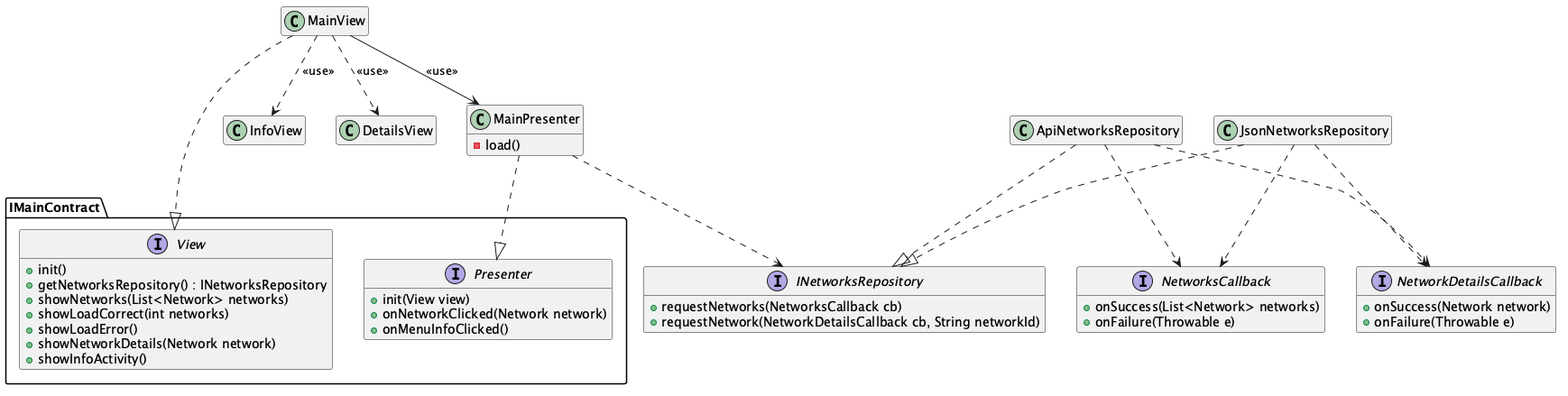
isunican/App-Bicis-Grupo1 keeps this PlantUML diagram as Docs/Models/architecture.png. Above is the earlier version.
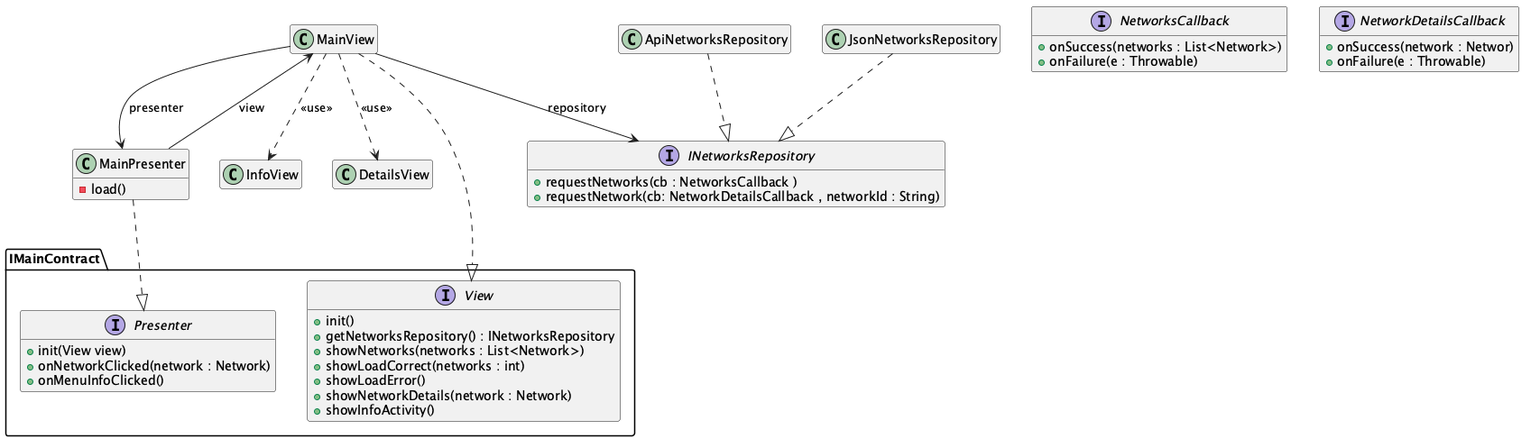
After the change.

Diff of the diagram source:
```diff
@@ -4,15 +4,11 @@
 
 MainView ..|> IMainContract.View
 MainPresenter ..|> IMainContract.Presenter
-MainPresenter ..> INetworksRepository
+MainView --> INetworksRepository : repository
 ApiNetworksRepository ..|> INetworksRepository
 JsonNetworksRepository ..|> INetworksRepository
-ApiNetworksRepository ..> NetworksCallback
-ApiNetworksRepository ..> NetworkDetailsCallback
-JsonNetworksRepository ..> NetworksCallback
-JsonNetworksRepository ..> NetworkDetailsCallback
-
-MainView --> MainPresenter : <<use>>
+MainView --> MainPresenter : presenter
+MainPresenter --> MainView : view
 MainView ..> InfoView : <<use>>
 MainView ..> DetailsView : <<use>>
 
@@ -31,32 +27,32 @@
 interface IMainContract.View {
     + init()
     + getNetworksRepository() : INetworksRepository
-    + showNetworks(List<Network> networks)
-    + showLoadCorrect(int networks)
+    + showNetworks(networks : List<Network>)
+    + showLoadCorrect(networks : int)
     + showLoadError()
-    + showNetworkDetails(Network network)
+    + showNetworkDetails(network : Network)
     + showInfoActivity()
 }
 
 interface IMainContract.Presenter {
     + init(View view)
-    + onNetworkClicked(Network network)
+    + onNetworkClicked(network : Network)
     + onMenuInfoClicked()
 }
 
 interface INetworksRepository {
-    + requestNetworks(NetworksCallback cb)
-    + requestNetwork(NetworkDetailsCallback cb, String networkId)
+    + requestNetworks(cb : NetworksCallback )
+    + requestNetwork(cb: NetworkDetailsCallback , networkId : String)
 }
 
 interface NetworksCallback {
-    + onSuccess(List<Network> networks)
-    + onFailure(Throwable e)
+    + onSuccess(networks : List<Network>)
+    + onFailure(e : Throwable)
 }
 
 interface NetworkDetailsCallback {
-    + onSuccess(Network network)
-    + onFailure(Throwable e)
+    + onSuccess(network : Networ)
+    + onFailure(e : Throwable)
 }
 
 
```
